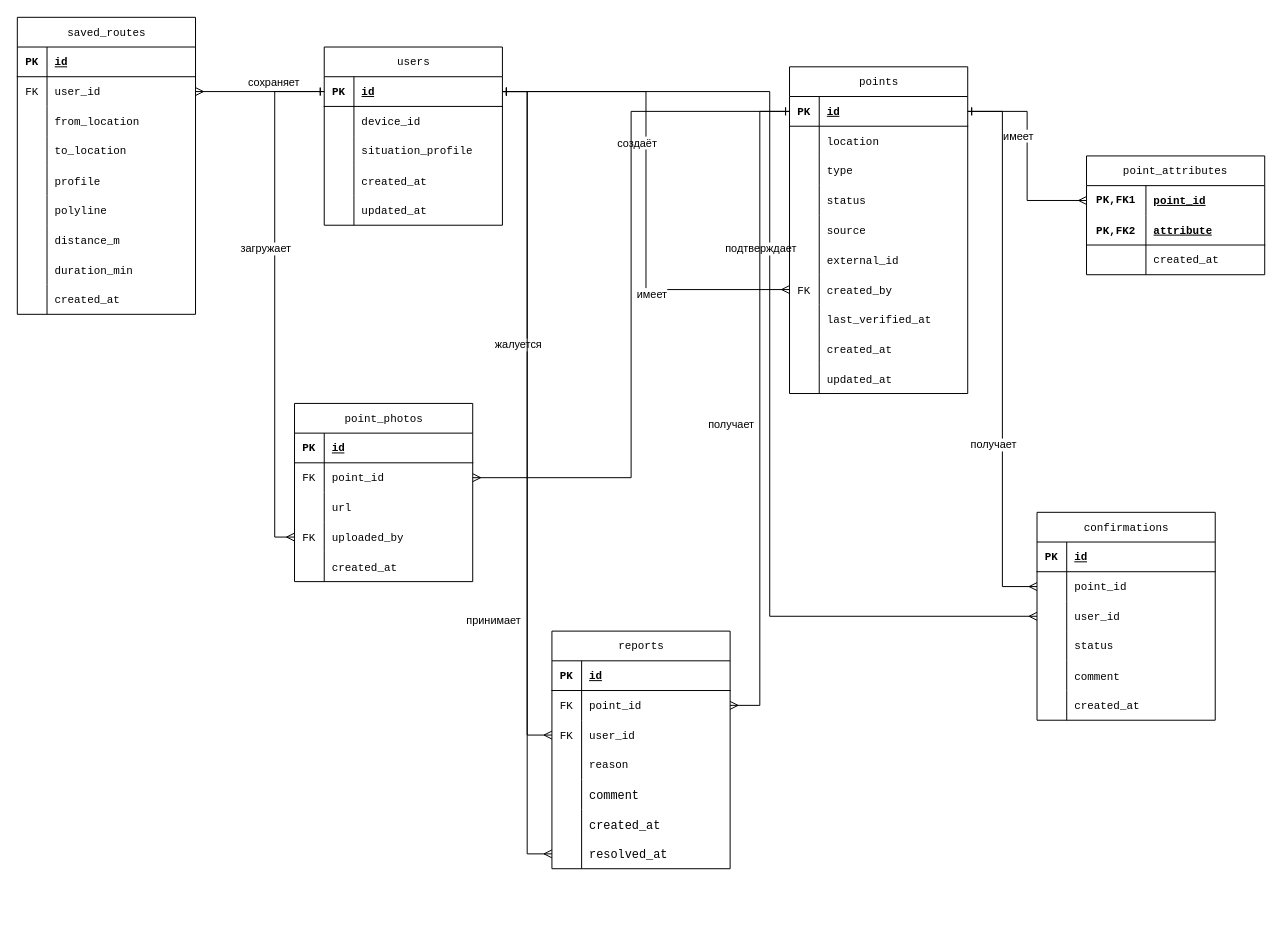
Before: docs/UML/ER-диаграмма.drawio in Muenme/MyMap, a draw.io diagram. Source tidied: cells renumbered, new cells numbered last; positions are measured from the earlier drawing's top-left corner, leaving out a move shared by most shapes. Both pictures are drawn from the tidied source at 99%, with x=0, y=0 at pixel (17, 17).
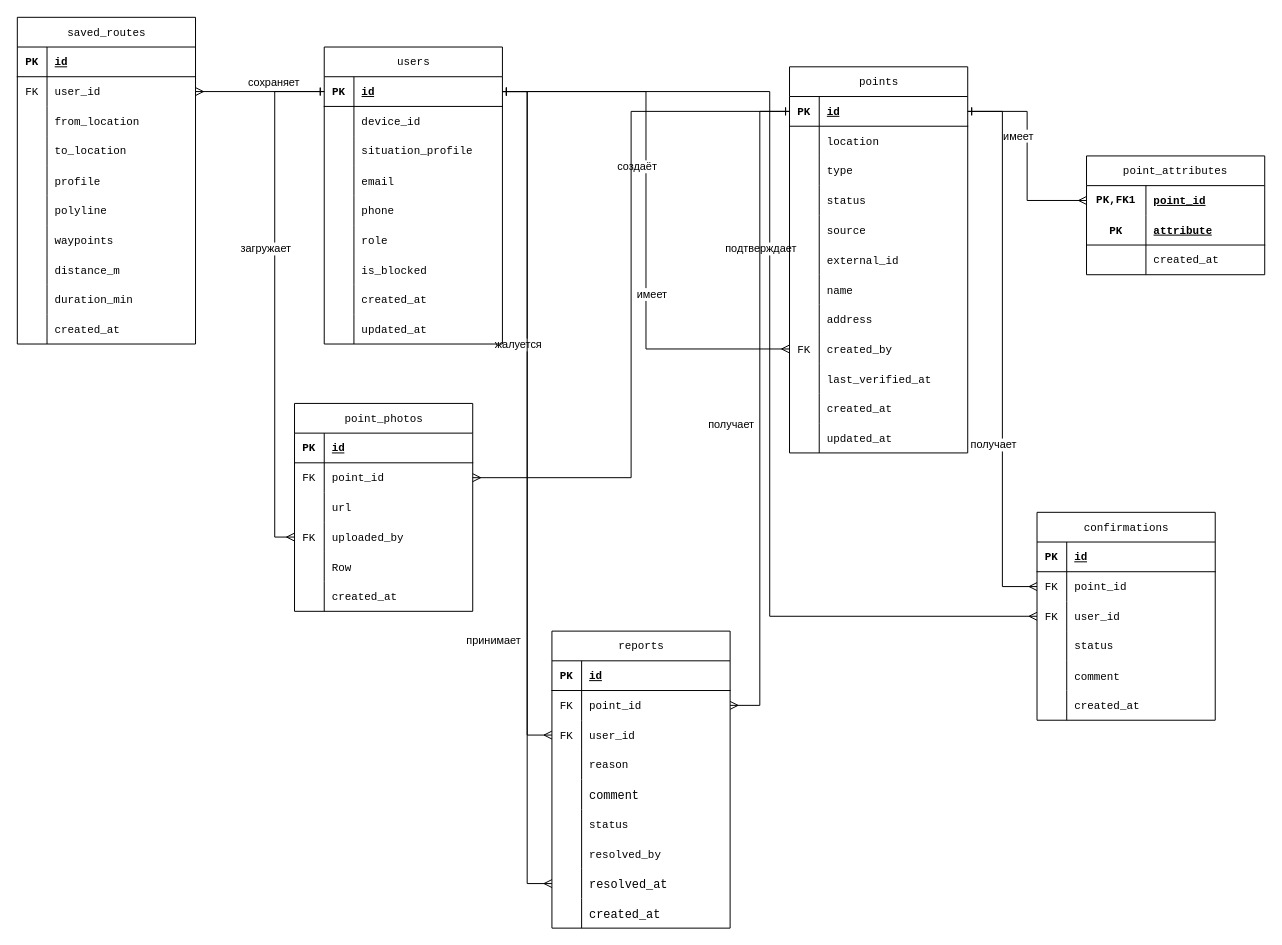
The same page after the edit.

Commit message (it also covers changes not shown here):
Диаграмма подправлена

The change refers to these unchanged cells:
```xml
<mxCell id="90" style="shape=tableRow;horizontal=0;startSize=0;swimlaneHead=0;swimlaneBody=0;fillColor=none;top=0;left=0;right=0;bottom=1;html=1;" parent="86" vertex="1">
  <mxGeometry y="60" width="180" height="30" as="geometry" />
</mxCell>
<mxCell id="100" style="shape=tableRow;horizontal=0;startSize=0;swimlaneHead=0;swimlaneBody=0;fillColor=none;points=[[0,0.5],[1,0.5]];portConstraint=eastwest;top=0;left=0;right=0;bottom=0;" parent="96" vertex="1">
  <mxGeometry y="60" width="180" height="30" as="geometry" />
</mxCell>
<mxCell id="103" style="shape=tableRow;horizontal=0;startSize=0;swimlaneHead=0;swimlaneBody=0;fillColor=none;points=[[0,0.5],[1,0.5]];portConstraint=eastwest;top=0;left=0;right=0;bottom=0;" parent="96" vertex="1">
  <mxGeometry y="90" width="180" height="30" as="geometry" />
</mxCell>
```

Change to the diagram source:
```diff
@@
     <mxCell id="20" value="&lt;span style=&quot;font-family: &amp;quot;Courier New&amp;quot;; font-size: 11px; font-weight: 400; text-align: left; white-space: normal;&quot;&gt;point_photos&lt;/span&gt;" style="shape=table;startSize=30;childLayout=tableLayout;rowLines=0;fontStyle=1;align=center;html=1;" parent="1" vertex="1">
-      <mxGeometry x="280" y="390" width="180" height="180" as="geometry" />
+      <mxGeometry x="280" y="390" width="180" height="210" as="geometry" />
     </mxCell>
@@
+    <mxCell id="164" style="shape=tableRow;horizontal=0;startSize=0;swimlaneHead=0;swimlaneBody=0;fillColor=none;top=0;left=0;right=0;bottom=0;" parent="20" vertex="1">
+      <mxGeometry y="150" width="180" height="30" as="geometry" />
+    </mxCell>
+    <mxCell id="165" style="shape=partialRectangle;fillColor=none;top=0;left=0;bottom=0;right=0;overflow=hidden;" parent="164" vertex="1">
+      <mxGeometry width="30" height="30" as="geometry" />
+    </mxCell>
+    <mxCell id="166" value="Row" style="shape=partialRectangle;fillColor=none;top=0;left=0;bottom=0;right=0;align=left;spacingLeft=6;overflow=hidden;fontSize=11;fontFamily=Courier New;" parent="164" vertex="1">
+      <mxGeometry x="30" width="150" height="30" as="geometry" />
+    </mxCell>
     <mxCell id="33" style="shape=tableRow;horizontal=0;startSize=0;swimlaneHead=0;swimlaneBody=0;fillColor=none;top=0;left=0;right=0;bottom=0;" parent="20" vertex="1">
-      <mxGeometry y="150" width="180" height="30" as="geometry" />
+      <mxGeometry y="180" width="180" height="30" as="geometry" />
     </mxCell>
@@
     <mxCell id="36" value="&lt;span style=&quot;font-family: &amp;quot;Courier New&amp;quot;; font-size: 11px; font-weight: 400; text-align: left; white-space: normal;&quot;&gt;reports&lt;/span&gt;" style="shape=table;startSize=30;childLayout=tableLayout;rowLines=0;fontStyle=1;align=center;html=1;" parent="1" vertex="1">
-      <mxGeometry x="540" y="620" width="180" height="240" as="geometry" />
+      <mxGeometry x="540" y="620" width="180" height="300" as="geometry" />
     </mxCell>
@@
+    <mxCell id="167" style="shape=tableRow;horizontal=0;startSize=0;swimlaneHead=0;swimlaneBody=0;fillColor=none;top=0;left=0;right=0;bottom=0;" parent="36" vertex="1">
+      <mxGeometry y="180" width="180" height="30" as="geometry" />
+    </mxCell>
+    <mxCell id="168" style="shape=partialRectangle;fillColor=none;top=0;left=0;bottom=0;right=0;overflow=hidden;" parent="167" vertex="1">
+      <mxGeometry width="30" height="30" as="geometry" />
+    </mxCell>
+    <mxCell id="169" value="status" style="shape=partialRectangle;fillColor=none;top=0;left=0;bottom=0;right=0;align=left;spacingLeft=6;overflow=hidden;fontFamily=Courier New;fontSize=11;" parent="167" vertex="1">
+      <mxGeometry x="30" width="150" height="30" as="geometry" />
+    </mxCell>
+    <mxCell id="170" style="shape=tableRow;horizontal=0;startSize=0;swimlaneHead=0;swimlaneBody=0;fillColor=none;top=0;left=0;right=0;bottom=0;" parent="36" vertex="1">
+      <mxGeometry y="210" width="180" height="30" as="geometry" />
+    </mxCell>
+    <mxCell id="171" style="shape=partialRectangle;fillColor=none;top=0;left=0;bottom=0;right=0;overflow=hidden;" parent="170" vertex="1">
+      <mxGeometry width="30" height="30" as="geometry" />
+    </mxCell>
+    <mxCell id="172" value="resolved_by" style="shape=partialRectangle;fillColor=none;top=0;left=0;bottom=0;right=0;align=left;spacingLeft=6;overflow=hidden;fontFamily=Courier New;fontSize=11;" parent="170" vertex="1">
+      <mxGeometry x="30" width="150" height="30" as="geometry" />
+    </mxCell>
+    <mxCell id="55" style="shape=tableRow;horizontal=0;startSize=0;swimlaneHead=0;swimlaneBody=0;fillColor=none;points=[[0,0.5],[1,0.5]];portConstraint=eastwest;top=0;left=0;right=0;bottom=0;" parent="36" vertex="1">
+      <mxGeometry y="240" width="180" height="30" as="geometry" />
+    </mxCell>
+    <mxCell id="56" style="shape=partialRectangle;fillColor=none;top=0;left=0;bottom=0;right=0;overflow=hidden;fontSize=11;fontFamily=Courier New;" parent="55" vertex="1">
+      <mxGeometry width="30" height="30" as="geometry" />
+    </mxCell>
+    <mxCell id="57" value="resolved_at" style="shape=partialRectangle;fillColor=none;top=0;left=0;bottom=0;right=0;align=left;spacingLeft=6;overflow=hidden;fontFamily=Courier New;" parent="55" vertex="1">
+      <mxGeometry x="30" width="150" height="30" as="geometry" />
+    </mxCell>
     <mxCell id="52" style="shape=tableRow;horizontal=0;startSize=0;swimlaneHead=0;swimlaneBody=0;fillColor=none;top=0;left=0;right=0;bottom=0;" parent="36" vertex="1">
-      <mxGeometry y="180" width="180" height="30" as="geometry" />
+      <mxGeometry y="270" width="180" height="30" as="geometry" />
     </mxCell>
@@
-    <mxCell id="55" style="shape=tableRow;horizontal=0;startSize=0;swimlaneHead=0;swimlaneBody=0;fillColor=none;points=[[0,0.5],[1,0.5]];portConstraint=eastwest;top=0;left=0;right=0;bottom=0;" parent="36" vertex="1">
-      <mxGeometry y="210" width="180" height="30" as="geometry" />
-    </mxCell>
-    <mxCell id="56" style="shape=partialRectangle;fillColor=none;top=0;left=0;bottom=0;right=0;overflow=hidden;fontSize=11;fontFamily=Courier New;" parent="55" vertex="1">
-      <mxGeometry width="30" height="30" as="geometry" />
-    </mxCell>
-    <mxCell id="57" value="resolved_at" style="shape=partialRectangle;fillColor=none;top=0;left=0;bottom=0;right=0;align=left;spacingLeft=6;overflow=hidden;fontFamily=Courier New;" parent="55" vertex="1">
-      <mxGeometry x="30" width="150" height="30" as="geometry" />
-    </mxCell>
     <mxCell id="58" value="&lt;span style=&quot;font-family: &amp;quot;Courier New&amp;quot;; font-size: 11px; font-weight: 400; text-align: left; white-space: normal;&quot;&gt;saved_routes&lt;/span&gt;" style="shape=table;startSize=30;childLayout=tableLayout;rowLines=0;fontStyle=1;align=center;html=1;" parent="1" vertex="1">
-      <mxGeometry width="180" height="300" as="geometry" />
+      <mxGeometry width="180" height="330" as="geometry" />
     </mxCell>
@@
+    <mxCell id="173" style="shape=tableRow;horizontal=0;startSize=0;swimlaneHead=0;swimlaneBody=0;fillColor=none;top=0;left=0;right=0;bottom=0;" parent="58" vertex="1">
+      <mxGeometry y="210" width="180" height="30" as="geometry" />
+    </mxCell>
+    <mxCell id="174" style="shape=partialRectangle;fillColor=none;top=0;left=0;bottom=0;right=0;overflow=hidden;" parent="173" vertex="1">
+      <mxGeometry width="30" height="30" as="geometry" />
+    </mxCell>
+    <mxCell id="175" value="waypoints" style="shape=partialRectangle;fillColor=none;top=0;left=0;bottom=0;right=0;align=left;spacingLeft=6;overflow=hidden;fontSize=11;fontFamily=Courier New;" parent="173" vertex="1">
+      <mxGeometry x="30" width="150" height="30" as="geometry" />
+    </mxCell>
     <mxCell id="77" style="shape=tableRow;horizontal=0;startSize=0;swimlaneHead=0;swimlaneBody=0;fillColor=none;top=0;left=0;right=0;bottom=0;" parent="58" vertex="1">
-      <mxGeometry y="210" width="180" height="30" as="geometry" />
+      <mxGeometry y="240" width="180" height="30" as="geometry" />
     </mxCell>
@@
     <mxCell id="80" style="shape=tableRow;horizontal=0;startSize=0;swimlaneHead=0;swimlaneBody=0;fillColor=none;top=0;left=0;right=0;bottom=0;" parent="58" vertex="1">
-      <mxGeometry y="240" width="180" height="30" as="geometry" />
+      <mxGeometry y="270" width="180" height="30" as="geometry" />
     </mxCell>
@@
     <mxCell id="83" style="shape=tableRow;horizontal=0;startSize=0;swimlaneHead=0;swimlaneBody=0;fillColor=none;top=0;left=0;right=0;bottom=0;" parent="58" vertex="1">
-      <mxGeometry y="270" width="180" height="30" as="geometry" />
+      <mxGeometry y="300" width="180" height="30" as="geometry" />
     </mxCell>
@@
-    <mxCell id="91" value="&lt;font style=&quot;font-size: 11px;&quot; face=&quot;Courier New&quot;&gt;PK,FK2&lt;/font&gt;" style="shape=partialRectangle;fillColor=none;top=0;left=0;bottom=0;right=0;fontStyle=1;overflow=hidden;html=1;whiteSpace=wrap;" parent="90" vertex="1">
+    <mxCell id="91" value="&lt;font style=&quot;font-size: 11px;&quot; face=&quot;Courier New&quot;&gt;PK&lt;/font&gt;" style="shape=partialRectangle;fillColor=none;top=0;left=0;bottom=0;right=0;fontStyle=1;overflow=hidden;html=1;whiteSpace=wrap;" parent="90" vertex="1">
       <mxGeometry width="60" height="30" as="geometry" />
     </mxCell>
@@
-    <mxCell id="101" style="shape=partialRectangle;fillColor=none;top=0;left=0;bottom=0;right=0;overflow=hidden;whiteSpace=wrap;html=1;" parent="100" vertex="1">
+    <mxCell id="101" value="&lt;font face=&quot;Courier New&quot; style=&quot;font-size: 11px;&quot;&gt;FK&lt;/font&gt;" style="shape=partialRectangle;fillColor=none;top=0;left=0;bottom=0;right=0;overflow=hidden;whiteSpace=wrap;html=1;" parent="100" vertex="1">
       <mxGeometry width="30" height="30" as="geometry" />
     </mxCell>
@@
-    <mxCell id="104" style="shape=partialRectangle;fillColor=none;top=0;left=0;bottom=0;right=0;overflow=hidden;whiteSpace=wrap;html=1;" parent="103" vertex="1">
+    <mxCell id="104" value="&lt;span style=&quot;font-family: &amp;quot;Courier New&amp;quot;; font-size: 11px;&quot;&gt;FK&lt;/span&gt;" style="shape=partialRectangle;fillColor=none;top=0;left=0;bottom=0;right=0;overflow=hidden;whiteSpace=wrap;html=1;" parent="103" vertex="1">
       <mxGeometry width="30" height="30" as="geometry" />
     </mxCell>
@@
     <mxCell id="115" value="&lt;span style=&quot;font-family: &amp;quot;Courier New&amp;quot;; font-size: 11px; font-weight: 400; text-align: left; white-space: normal;&quot;&gt;points&lt;/span&gt;" style="shape=table;startSize=30;childLayout=tableLayout;rowLines=0;fontStyle=1;align=center;html=1;" parent="1" vertex="1">
-      <mxGeometry x="780" y="50" width="180" height="330" as="geometry" />
+      <mxGeometry x="780" y="50" width="180" height="390" as="geometry" />
     </mxCell>
@@
+    <mxCell id="176" style="shape=tableRow;horizontal=0;startSize=0;swimlaneHead=0;swimlaneBody=0;fillColor=none;top=0;left=0;right=0;bottom=0;" parent="115" vertex="1">
+      <mxGeometry y="210" width="180" height="30" as="geometry" />
+    </mxCell>
+    <mxCell id="177" style="shape=partialRectangle;fillColor=none;top=0;left=0;bottom=0;right=0;overflow=hidden;" parent="176" vertex="1">
+      <mxGeometry width="30" height="30" as="geometry" />
+    </mxCell>
+    <mxCell id="178" value="name" style="shape=partialRectangle;fillColor=none;top=0;left=0;bottom=0;right=0;align=left;spacingLeft=6;overflow=hidden;fontSize=11;fontFamily=Courier New;" parent="176" vertex="1">
+      <mxGeometry x="30" width="150" height="30" as="geometry" />
+    </mxCell>
+    <mxCell id="179" style="shape=tableRow;horizontal=0;startSize=0;swimlaneHead=0;swimlaneBody=0;fillColor=none;top=0;left=0;right=0;bottom=0;" parent="115" vertex="1">
+      <mxGeometry y="240" width="180" height="30" as="geometry" />
+    </mxCell>
+    <mxCell id="180" style="shape=partialRectangle;fillColor=none;top=0;left=0;bottom=0;right=0;overflow=hidden;" parent="179" vertex="1">
+      <mxGeometry width="30" height="30" as="geometry" />
+    </mxCell>
+    <mxCell id="181" value="address" style="shape=partialRectangle;fillColor=none;top=0;left=0;bottom=0;right=0;align=left;spacingLeft=6;overflow=hidden;fontSize=11;fontFamily=Courier New;" parent="179" vertex="1">
+      <mxGeometry x="30" width="150" height="30" as="geometry" />
+    </mxCell>
     <mxCell id="134" style="shape=tableRow;horizontal=0;startSize=0;swimlaneHead=0;swimlaneBody=0;fillColor=none;points=[[0,0.5],[1,0.5]];portConstraint=eastwest;top=0;left=0;right=0;bottom=0;" parent="115" vertex="1">
-      <mxGeometry y="210" width="180" height="30" as="geometry" />
+      <mxGeometry y="270" width="180" height="30" as="geometry" />
     </mxCell>
@@
     <mxCell id="137" style="shape=tableRow;horizontal=0;startSize=0;swimlaneHead=0;swimlaneBody=0;fillColor=none;top=0;left=0;right=0;bottom=0;" parent="115" vertex="1">
-      <mxGeometry y="240" width="180" height="30" as="geometry" />
+      <mxGeometry y="300" width="180" height="30" as="geometry" />
     </mxCell>
@@
     <mxCell id="140" style="shape=tableRow;horizontal=0;startSize=0;swimlaneHead=0;swimlaneBody=0;fillColor=none;top=0;left=0;right=0;bottom=0;" parent="115" vertex="1">
-      <mxGeometry y="270" width="180" height="30" as="geometry" />
+      <mxGeometry y="330" width="180" height="30" as="geometry" />
     </mxCell>
@@
     <mxCell id="143" style="shape=tableRow;horizontal=0;startSize=0;swimlaneHead=0;swimlaneBody=0;fillColor=none;top=0;left=0;right=0;bottom=0;" parent="115" vertex="1">
-      <mxGeometry y="300" width="180" height="30" as="geometry" />
+      <mxGeometry y="360" width="180" height="30" as="geometry" />
     </mxCell>
@@
     <mxCell id="146" value="&lt;span style=&quot;font-family: &amp;quot;Courier New&amp;quot;; font-size: 11px; font-weight: 400; text-align: left; white-space: normal;&quot;&gt;users&lt;/span&gt;" style="shape=table;startSize=30;childLayout=tableLayout;rowLines=0;fontStyle=1;align=center;html=1;" parent="1" vertex="1">
-      <mxGeometry x="310" y="30" width="180" height="180" as="geometry" />
+      <mxGeometry x="310" y="30" width="180" height="300" as="geometry" />
     </mxCell>
@@
+    <mxCell id="182" style="shape=tableRow;horizontal=0;startSize=0;swimlaneHead=0;swimlaneBody=0;fillColor=none;top=0;left=0;right=0;bottom=0;" parent="146" vertex="1">
+      <mxGeometry y="120" width="180" height="30" as="geometry" />
+    </mxCell>
+    <mxCell id="183" style="shape=partialRectangle;fillColor=none;top=0;left=0;bottom=0;right=0;overflow=hidden;" parent="182" vertex="1">
+      <mxGeometry width="30" height="30" as="geometry" />
+    </mxCell>
+    <mxCell id="184" value="email" style="shape=partialRectangle;fillColor=none;top=0;left=0;bottom=0;right=0;align=left;spacingLeft=6;overflow=hidden;fontSize=11;fontFamily=Courier New;" parent="182" vertex="1">
+      <mxGeometry x="30" width="150" height="30" as="geometry" />
+    </mxCell>
+    <mxCell id="185" style="shape=tableRow;horizontal=0;startSize=0;swimlaneHead=0;swimlaneBody=0;fillColor=none;top=0;left=0;right=0;bottom=0;" parent="146" vertex="1">
+      <mxGeometry y="150" width="180" height="30" as="geometry" />
+    </mxCell>
+    <mxCell id="186" style="shape=partialRectangle;fillColor=none;top=0;left=0;bottom=0;right=0;overflow=hidden;" parent="185" vertex="1">
+      <mxGeometry width="30" height="30" as="geometry" />
+    </mxCell>
+    <mxCell id="187" value="phone" style="shape=partialRectangle;fillColor=none;top=0;left=0;bottom=0;right=0;align=left;spacingLeft=6;overflow=hidden;fontSize=11;fontFamily=Courier New;" parent="185" vertex="1">
+      <mxGeometry x="30" width="150" height="30" as="geometry" />
+    </mxCell>
+    <mxCell id="188" style="shape=tableRow;horizontal=0;startSize=0;swimlaneHead=0;swimlaneBody=0;fillColor=none;top=0;left=0;right=0;bottom=0;" parent="146" vertex="1">
+      <mxGeometry y="180" width="180" height="30" as="geometry" />
+    </mxCell>
+    <mxCell id="189" style="shape=partialRectangle;fillColor=none;top=0;left=0;bottom=0;right=0;overflow=hidden;" parent="188" vertex="1">
+      <mxGeometry width="30" height="30" as="geometry" />
+    </mxCell>
+    <mxCell id="190" value="role" style="shape=partialRectangle;fillColor=none;top=0;left=0;bottom=0;right=0;align=left;spacingLeft=6;overflow=hidden;fontSize=11;fontFamily=Courier New;" parent="188" vertex="1">
+      <mxGeometry x="30" width="150" height="30" as="geometry" />
+    </mxCell>
+    <mxCell id="191" style="shape=tableRow;horizontal=0;startSize=0;swimlaneHead=0;swimlaneBody=0;fillColor=none;top=0;left=0;right=0;bottom=0;" parent="146" vertex="1">
+      <mxGeometry y="210" width="180" height="30" as="geometry" />
+    </mxCell>
+    <mxCell id="192" style="shape=partialRectangle;fillColor=none;top=0;left=0;bottom=0;right=0;overflow=hidden;" parent="191" vertex="1">
+      <mxGeometry width="30" height="30" as="geometry" />
+    </mxCell>
+    <mxCell id="193" value="is_blocked" style="shape=partialRectangle;fillColor=none;top=0;left=0;bottom=0;right=0;align=left;spacingLeft=6;overflow=hidden;fontSize=11;fontFamily=Courier New;" parent="191" vertex="1">
+      <mxGeometry x="30" width="150" height="30" as="geometry" />
+    </mxCell>
     <mxCell id="156" style="shape=tableRow;horizontal=0;startSize=0;swimlaneHead=0;swimlaneBody=0;fillColor=none;top=0;left=0;right=0;bottom=0;" parent="146" vertex="1">
-      <mxGeometry y="120" width="180" height="30" as="geometry" />
+      <mxGeometry y="240" width="180" height="30" as="geometry" />
     </mxCell>
@@
     <mxCell id="159" style="shape=tableRow;horizontal=0;startSize=0;swimlaneHead=0;swimlaneBody=0;fillColor=none;top=0;left=0;right=0;bottom=0;" parent="146" vertex="1">
-      <mxGeometry y="150" width="180" height="30" as="geometry" />
+      <mxGeometry y="270" width="180" height="30" as="geometry" />
     </mxCell>
```
